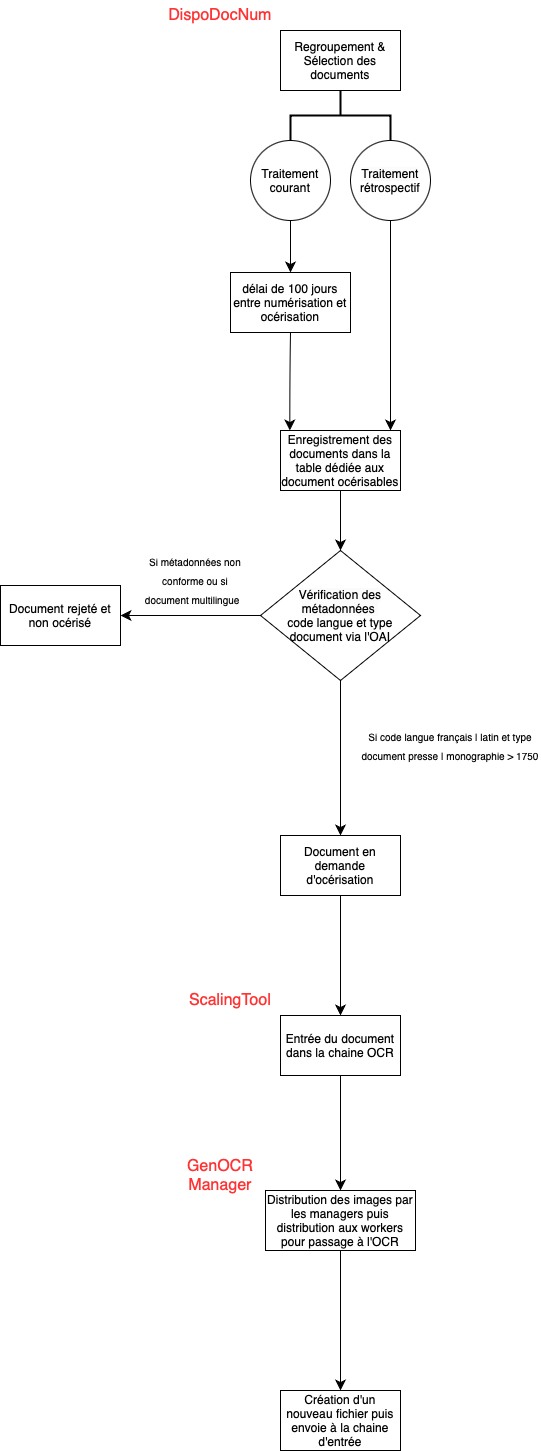
This is chaine_ocr_bnf.drawio.png from MPappia/flask_exercices, a draw.io export, as it was before one commit. Source tidied: cells renumbered, new cells last; positions are measured from the earlier drawing's top-left corner, leaving out a move shared by most shapes.
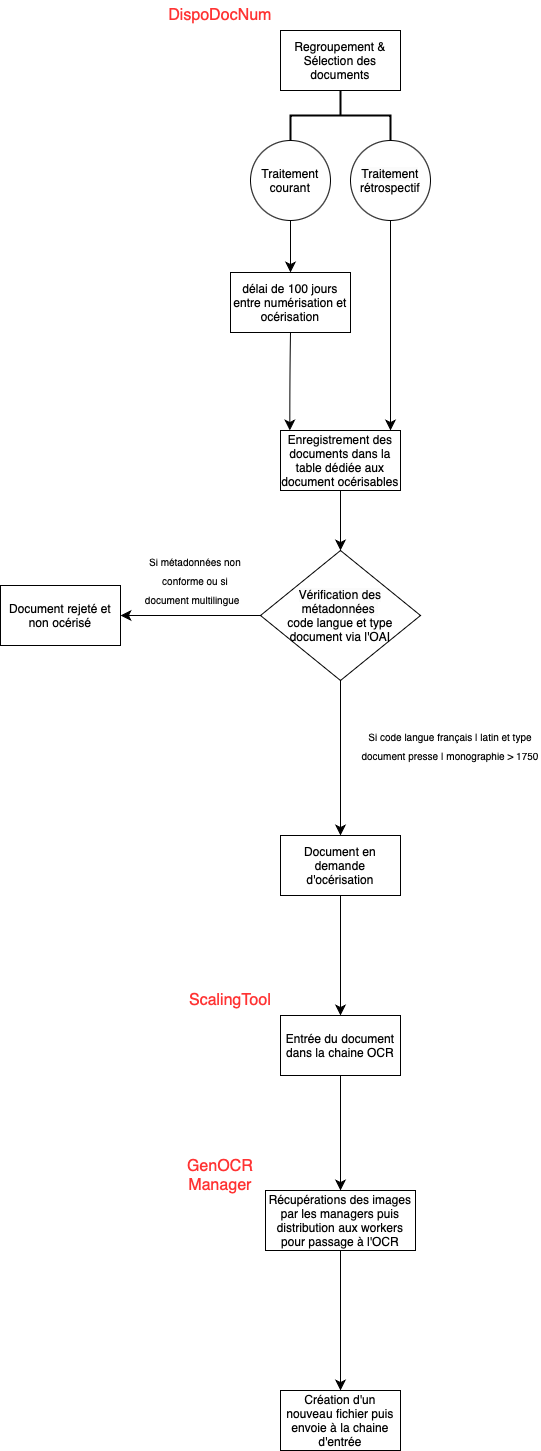
After the change.

Commit message:
Mettre à jour chaine_ocr_bnf.drawio.png

Change to the diagram source:
```diff
@@ -81,7 +81,7 @@
     <mxCell id="23" style="edgeStyle=none;curved=1;rounded=0;jettySize=auto;html=1;fontSize=12;startSize=8;endSize=8;" parent="1" edge="1" source="24" target="25">
       <mxGeometry relative="1" as="geometry" />
     </mxCell>
-    <mxCell id="24" value="Distribution des images par les managers puis distribution aux workers pour passage à l'OCR" style="whiteSpace=wrap;html=1;" parent="1" vertex="1">
+    <mxCell id="24" value="Récupérations des images par les managers puis distribution aux workers pour passage à l'OCR" style="whiteSpace=wrap;html=1;" parent="1" vertex="1">
       <mxGeometry x="265" y="1190" width="150" height="60" as="geometry" />
     </mxCell>
     <mxCell id="25" value="Création d'un nouveau fichier puis envoie à la chaine d'entrée" style="whiteSpace=wrap;html=1;" parent="1" vertex="1">
```
